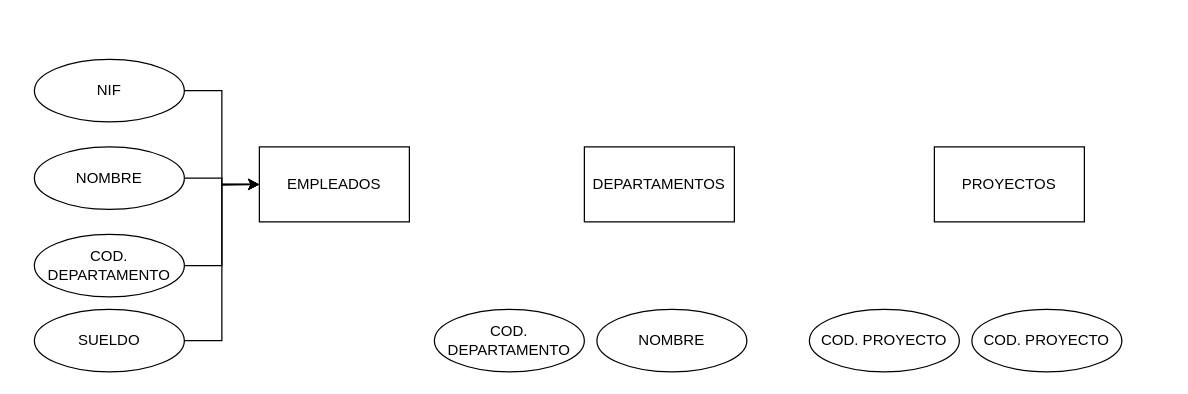
Fonsy/BBDD2021 keeps this draw.io diagram as Untitled Diagram.drawio. Above is the earlier version. Source tidied: cells renumbered, new cells numbered last; positions are measured from the earlier drawing's top-left corner, leaving out a move shared by most shapes. Both pictures are drawn from the tidied source at 125%, with x=0, y=0 at pixel (34, 59).
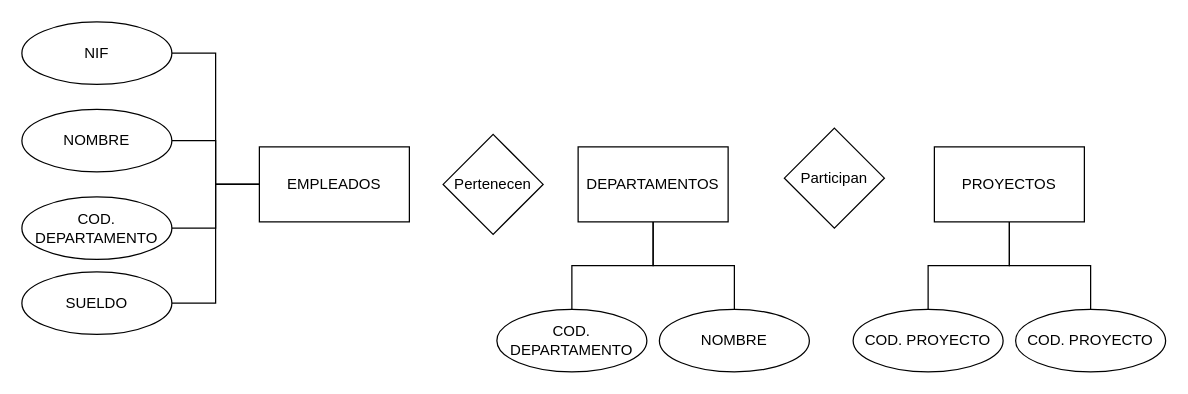
The same page after the edit.

The change refers to these unchanged cells:
```xml
<mxCell id="3" value="PROYECTOS" style="rounded=0;whiteSpace=wrap;html=1;" parent="1" vertex="1">
  <mxGeometry x="720" y="70" width="120" height="60" as="geometry" />
</mxCell>
<mxCell id="4" value="EMPLEADOS" style="rounded=0;whiteSpace=wrap;html=1;" parent="1" vertex="1">
  <mxGeometry x="180" y="70" width="120" height="60" as="geometry" />
</mxCell>
```

Diff of the diagram source:
```diff
@@
     <mxCell id="2" value="DEPARTAMENTOS" style="rounded=0;whiteSpace=wrap;html=1;" parent="1" vertex="1">
-      <mxGeometry x="440" y="70" width="120" height="60" as="geometry" />
+      <mxGeometry x="435" y="70" width="120" height="60" as="geometry" />
     </mxCell>
@@
-    <mxCell id="5" style="edgeStyle=orthogonalEdgeStyle;rounded=0;jettySize=auto;html=1;entryX=0;entryY=0.5;entryDx=0;entryDy=0;" parent="1" edge="1" source="6" target="4">
+    <mxCell id="5" style="edgeStyle=orthogonalEdgeStyle;rounded=0;jettySize=auto;html=1;entryX=0;entryY=0.5;entryDx=0;entryDy=0;endArrow=none;endFill=0;" parent="1" edge="1" source="6" target="4">
       <mxGeometry relative="1" as="geometry" />
     </mxCell>
     <mxCell id="6" value="NIF" style="ellipse;whiteSpace=wrap;html=1;" parent="1" vertex="1">
-      <mxGeometry width="120" height="50" as="geometry" />
+      <mxGeometry x="-10" y="-30" width="120" height="50" as="geometry" />
     </mxCell>
-    <mxCell id="7" style="edgeStyle=orthogonalEdgeStyle;rounded=0;jettySize=auto;html=1;" parent="1" edge="1" source="8">
-      <mxGeometry relative="1" as="geometry">
-        <mxPoint x="180" y="100" as="targetPoint" />
-      </mxGeometry>
-    </mxCell>
+    <mxCell id="17" style="edgeStyle=orthogonalEdgeStyle;rounded=0;jettySize=auto;html=1;endArrow=none;endFill=0;" parent="1" edge="1" source="8" target="4">
+      <mxGeometry relative="1" as="geometry" />
+    </mxCell>
     <mxCell id="8" value="NOMBRE" style="ellipse;whiteSpace=wrap;html=1;" parent="1" vertex="1">
-      <mxGeometry y="70" width="120" height="50" as="geometry" />
+      <mxGeometry x="-10" y="40" width="120" height="50" as="geometry" />
     </mxCell>
-    <mxCell id="9" style="edgeStyle=orthogonalEdgeStyle;rounded=0;jettySize=auto;html=1;entryX=0;entryY=0.5;entryDx=0;entryDy=0;" parent="1" edge="1" source="10" target="4">
+    <mxCell id="9" style="edgeStyle=orthogonalEdgeStyle;rounded=0;jettySize=auto;html=1;endArrow=none;endFill=0;" parent="1" edge="1" source="10" target="4">
       <mxGeometry relative="1" as="geometry" />
     </mxCell>
     <mxCell id="10" value="COD. DEPARTAMENTO" style="ellipse;whiteSpace=wrap;html=1;" parent="1" vertex="1">
-      <mxGeometry y="140" width="120" height="50" as="geometry" />
+      <mxGeometry x="-10" y="110" width="120" height="50" as="geometry" />
     </mxCell>
-    <mxCell id="11" style="edgeStyle=orthogonalEdgeStyle;rounded=0;jettySize=auto;html=1;entryX=0;entryY=0.5;entryDx=0;entryDy=0;" parent="1" edge="1" source="12" target="4">
+    <mxCell id="11" style="edgeStyle=orthogonalEdgeStyle;rounded=0;jettySize=auto;html=1;entryX=0;entryY=0.5;entryDx=0;entryDy=0;endArrow=none;endFill=0;" parent="1" edge="1" source="12" target="4">
       <mxGeometry relative="1" as="geometry" />
     </mxCell>
     <mxCell id="12" value="SUELDO" style="ellipse;whiteSpace=wrap;html=1;" parent="1" vertex="1">
-      <mxGeometry y="200" width="120" height="50" as="geometry" />
+      <mxGeometry x="-10" y="170" width="120" height="50" as="geometry" />
     </mxCell>
+    <mxCell id="18" style="edgeStyle=orthogonalEdgeStyle;rounded=0;jettySize=auto;html=1;entryX=0.5;entryY=1;entryDx=0;entryDy=0;endArrow=none;endFill=0;" parent="1" edge="1" source="13" target="2">
+      <mxGeometry relative="1" as="geometry" />
+    </mxCell>
     <mxCell id="13" value="COD. DEPARTAMENTO" style="ellipse;whiteSpace=wrap;html=1;" parent="1" vertex="1">
-      <mxGeometry x="320" y="200" width="120" height="50" as="geometry" />
+      <mxGeometry x="370" y="200" width="120" height="50" as="geometry" />
     </mxCell>
+    <mxCell id="19" style="edgeStyle=orthogonalEdgeStyle;rounded=0;jettySize=auto;html=1;entryX=0.5;entryY=1;entryDx=0;entryDy=0;endArrow=none;endFill=0;" parent="1" edge="1" source="14" target="2">
+      <mxGeometry relative="1" as="geometry" />
+    </mxCell>
     <mxCell id="14" value="NOMBRE" style="ellipse;whiteSpace=wrap;html=1;" parent="1" vertex="1">
-      <mxGeometry x="450" y="200" width="120" height="50" as="geometry" />
+      <mxGeometry x="500" y="200" width="120" height="50" as="geometry" />
     </mxCell>
+    <mxCell id="20" style="edgeStyle=orthogonalEdgeStyle;rounded=0;jettySize=auto;html=1;entryX=0.5;entryY=1;entryDx=0;entryDy=0;endArrow=none;endFill=0;" parent="1" edge="1" source="15" target="3">
+      <mxGeometry relative="1" as="geometry" />
+    </mxCell>
     <mxCell id="15" value="COD. PROYECTO" style="ellipse;whiteSpace=wrap;html=1;" parent="1" vertex="1">
-      <mxGeometry x="620" y="200" width="120" height="50" as="geometry" />
+      <mxGeometry x="655" y="200" width="120" height="50" as="geometry" />
     </mxCell>
+    <mxCell id="21" style="edgeStyle=orthogonalEdgeStyle;rounded=0;jettySize=auto;html=1;endArrow=none;endFill=0;" parent="1" edge="1" source="16" target="3">
+      <mxGeometry relative="1" as="geometry" />
+    </mxCell>
     <mxCell id="16" value="COD. PROYECTO" style="ellipse;whiteSpace=wrap;html=1;" parent="1" vertex="1">
-      <mxGeometry x="750" y="200" width="120" height="50" as="geometry" />
+      <mxGeometry x="785" y="200" width="120" height="50" as="geometry" />
     </mxCell>
+    <mxCell id="22" value="Participan" style="rhombus;whiteSpace=wrap;html=1;" parent="1" vertex="1">
+      <mxGeometry x="600" y="55" width="80" height="80" as="geometry" />
+    </mxCell>
+    <mxCell id="23" value="Pertenecen" style="rhombus;whiteSpace=wrap;html=1;" parent="1" vertex="1">
+      <mxGeometry x="327" y="60" width="80" height="80" as="geometry" />
+    </mxCell>
```
